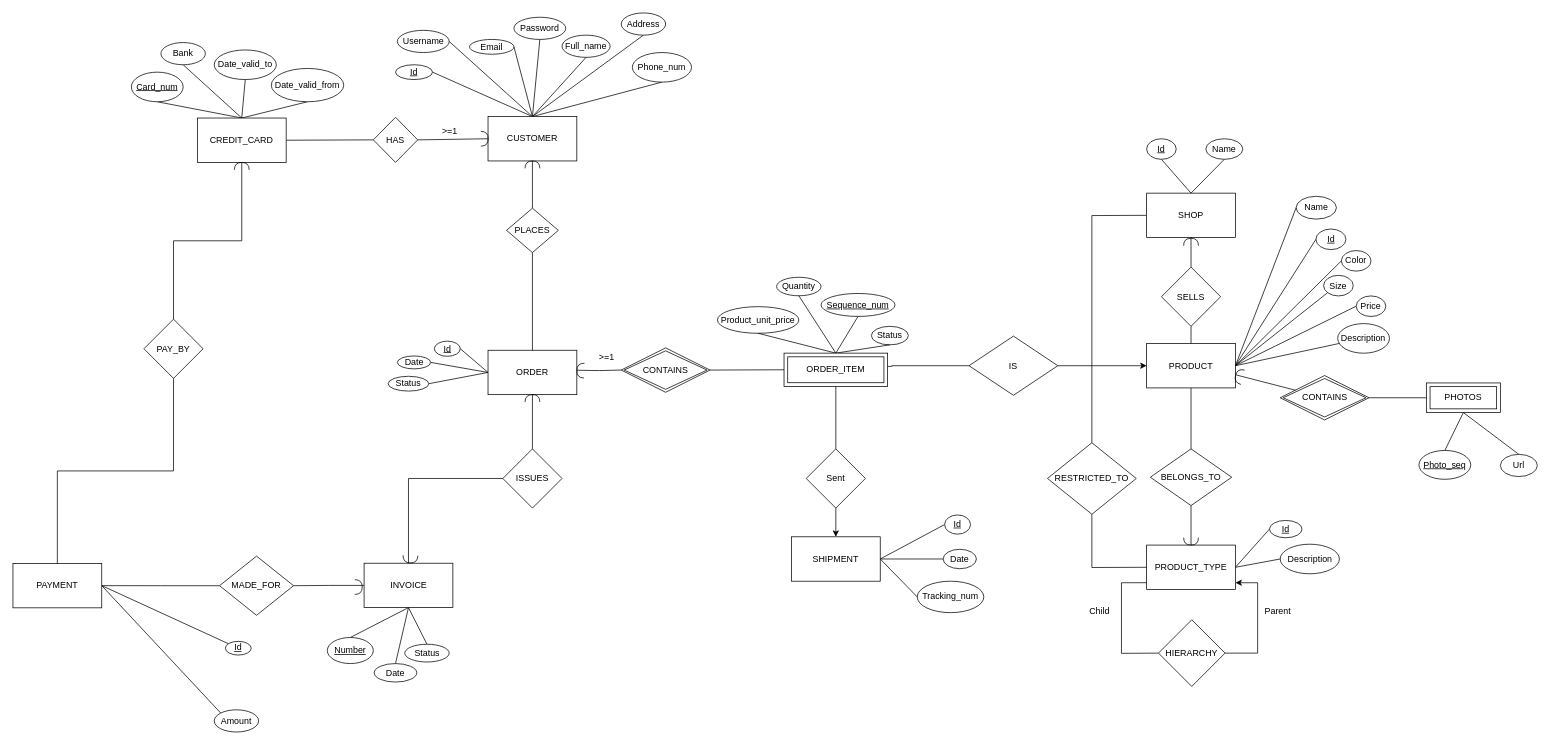
Before: ERD_1.4.drawio in Anthony-Zou/CZ2007-INTRO-TO-DATABASE, a draw.io diagram. Source tidied: cells renumbered, new cells numbered last; positions are measured from the earlier drawing's top-left corner, leaving out a move shared by most shapes. Both pictures are drawn from the tidied source at 74%, with x=0, y=0 at pixel (13, 13).
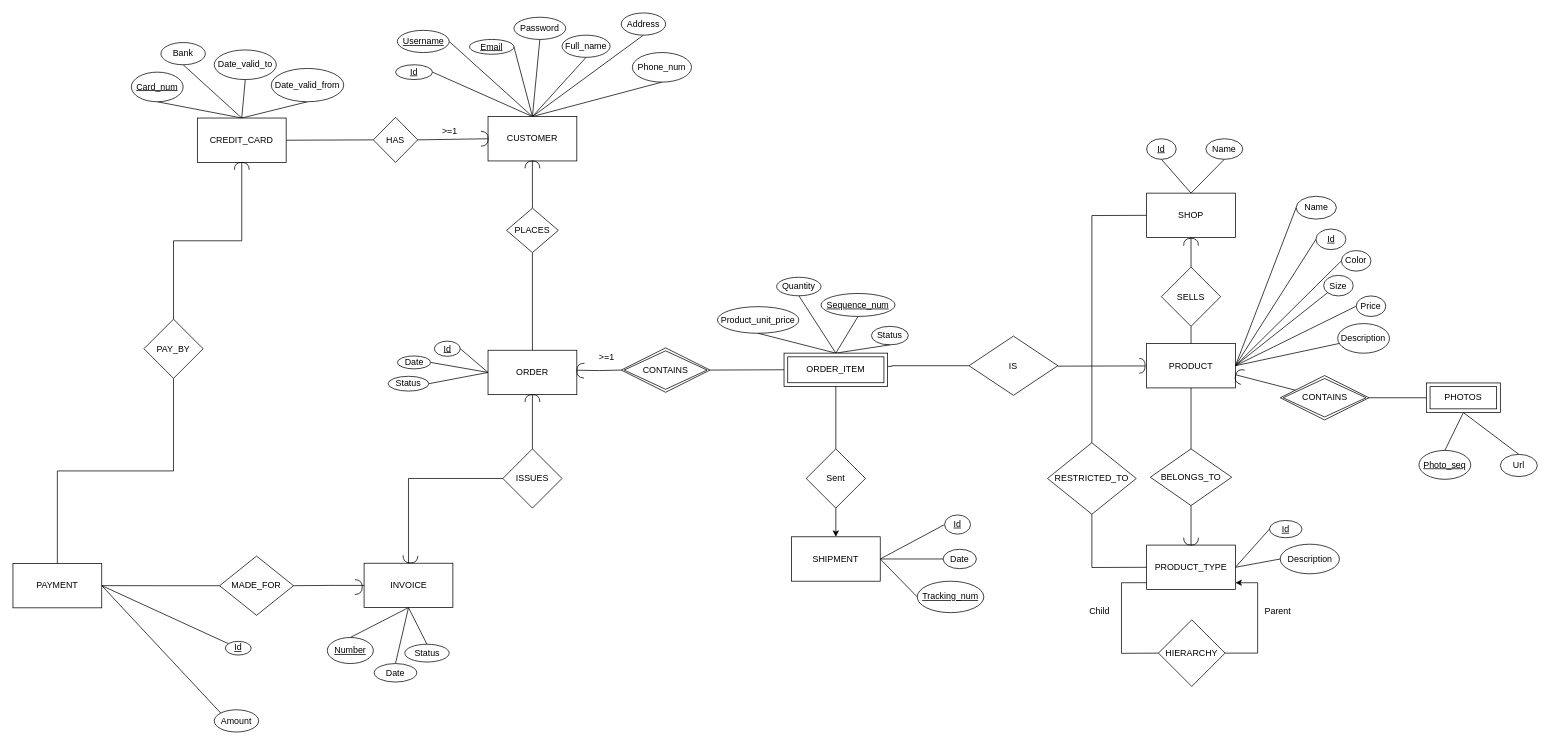
After the change.

The change refers to these unchanged cells:
```xml
<mxCell id="18" value="PRODUCT" style="rounded=0;whiteSpace=wrap;html=1;" parent="1" vertex="1">
  <mxGeometry x="1532" y="446.7" width="120" height="60" as="geometry" />
</mxCell>
<mxCell id="143" value="IS" style="rhombus;whiteSpace=wrap;html=1;" parent="1" vertex="1">
  <mxGeometry x="1292" y="436.7" width="120" height="80" as="geometry" />
</mxCell>
```

What changed in the source:
```diff
@@
-    <mxCell id="38" value="Username" style="ellipse;whiteSpace=wrap;html=1;" parent="1" vertex="1">
+    <mxCell id="38" value="&lt;u&gt;Username&lt;/u&gt;" style="ellipse;whiteSpace=wrap;html=1;" parent="1" vertex="1">
       <mxGeometry x="519.5" y="23.5" width="70" height="30" as="geometry" />
     </mxCell>
-    <mxCell id="39" value="Email" style="ellipse;whiteSpace=wrap;html=1;" parent="1" vertex="1">
+    <mxCell id="39" value="&lt;u&gt;Email&lt;/u&gt;" style="ellipse;whiteSpace=wrap;html=1;" parent="1" vertex="1">
       <mxGeometry x="617" y="35.8" width="60" height="20" as="geometry" />
     </mxCell>
@@
-    <mxCell id="107" value="Tracking_num" style="ellipse;whiteSpace=wrap;html=1;rounded=0;fillColor=#FFFFFF;" parent="1" vertex="1">
+    <mxCell id="107" value="&lt;u&gt;Tracking_num&lt;/u&gt;" style="ellipse;whiteSpace=wrap;html=1;rounded=0;fillColor=#FFFFFF;" parent="1" vertex="1">
       <mxGeometry x="1222" y="767.9" width="90" height="42.5" as="geometry" />
     </mxCell>
@@
-    <mxCell id="142" style="edgeStyle=orthogonalEdgeStyle;rounded=0;jettySize=auto;html=1;exitX=1;exitY=0.5;exitDx=0;exitDy=0;entryX=0;entryY=0.5;entryDx=0;entryDy=0;strokeColor=#000000;" parent="1" edge="1" source="143" target="18">
-      <mxGeometry relative="1" as="geometry" />
-    </mxCell>
@@
+    <mxCell id="160" style="endArrow=none;html=1;exitX=1;exitY=0.5;exitDx=0;exitDy=0;" parent="1" edge="1">
+      <mxGeometry relative="1" as="geometry">
+        <mxPoint x="1412" y="477.3" as="sourcePoint" />
+        <mxPoint x="1530" y="477" as="targetPoint" />
+      </mxGeometry>
+    </mxCell>
+    <mxCell id="161" style="shape=requiredInterface;html=1;verticalLabelPosition=bottom;rotation=0;" parent="1" vertex="1">
+      <mxGeometry x="1522" y="466.8" width="8" height="20" as="geometry" />
+    </mxCell>
```
